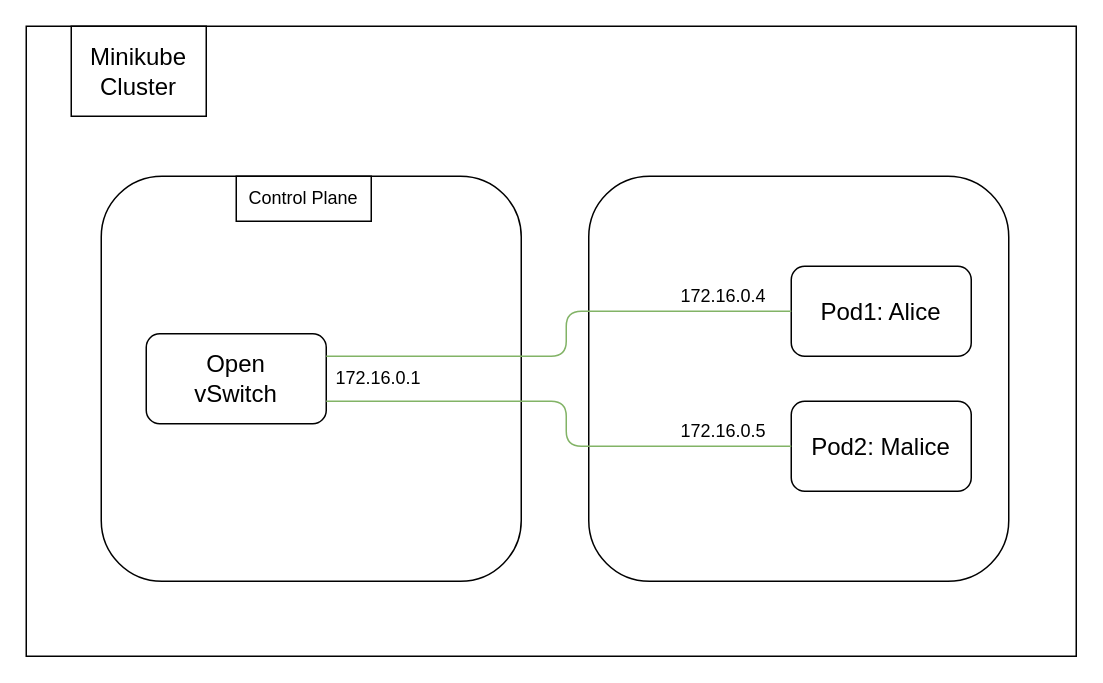
Earlier version of the draw.io diagram page "Initial State" (1 of 3) of demos/demo1/demo1.drawio (parasecurity/principals). Source tidied: cells renumbered, new cells numbered last; positions are measured from the earlier drawing's top-left corner, leaving out a move shared by most shapes. Both pictures are drawn from the tidied source at 150%, with x=0, y=0 at pixel (26, 26).
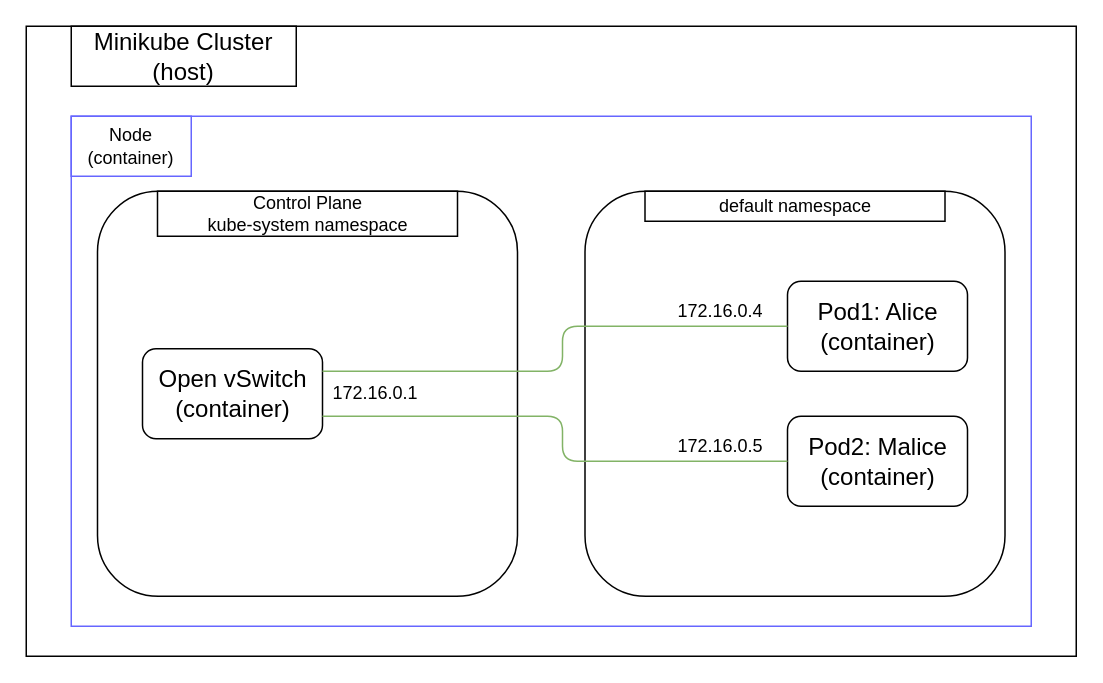
The same page after the edit.

Change to the diagram source:
```diff
@@
-    <mxCell id="3" value="&lt;font style=&quot;font-size: 16px&quot;&gt;Minikube Cluster&lt;/font&gt;" style="rounded=0;whiteSpace=wrap;html=1;" parent="1" vertex="1">
-      <mxGeometry x="30" width="90" height="60" as="geometry" />
+    <mxCell id="3" value="&lt;font style=&quot;font-size: 16px&quot;&gt;Minikube Cluster&lt;br&gt;(host)&lt;br&gt;&lt;/font&gt;" style="rounded=0;whiteSpace=wrap;html=1;" parent="1" vertex="1">
+      <mxGeometry x="30" width="150" height="40" as="geometry" />
     </mxCell>
+    <mxCell id="15" style="rounded=0;whiteSpace=wrap;html=1;strokeColor=#6666FF;" parent="1" vertex="1">
+      <mxGeometry x="30" y="60" width="640" height="340" as="geometry" />
+    </mxCell>
+    <mxCell id="16" value="Node&lt;br&gt;(container)" style="rounded=0;whiteSpace=wrap;html=1;strokeColor=#6666FF;" parent="1" vertex="1">
+      <mxGeometry x="30" y="60" width="80" height="40" as="geometry" />
+    </mxCell>
+    <mxCell id="17" style="group;" parent="1" vertex="1">
+      <mxGeometry x="47.5" y="110" width="605" height="270" as="geometry" />
+    </mxCell>
-    <mxCell id="4" style="rounded=1;whiteSpace=wrap;html=1;" parent="1" vertex="1">
-      <mxGeometry x="50" y="100" width="280" height="270" as="geometry" />
+    <mxCell id="4" style="rounded=1;whiteSpace=wrap;html=1;" parent="17" vertex="1">
+      <mxGeometry width="280" height="270" as="geometry" />
     </mxCell>
-    <mxCell id="5" value="Control Plane" style="rounded=0;whiteSpace=wrap;html=1;" parent="1" vertex="1">
-      <mxGeometry x="140" y="100" width="90" height="30" as="geometry" />
+    <mxCell id="5" value="Control Plane&lt;br&gt;kube-system namespace" style="rounded=0;whiteSpace=wrap;html=1;" parent="17" vertex="1">
+      <mxGeometry x="40" width="200" height="30" as="geometry" />
     </mxCell>
-    <mxCell id="6" value="&lt;font style=&quot;font-size: 16px&quot;&gt;Open&lt;br&gt;vSwitch&lt;br&gt;&lt;/font&gt;" style="rounded=1;whiteSpace=wrap;html=1;" parent="1" vertex="1">
-      <mxGeometry x="80" y="205" width="120" height="60" as="geometry" />
+    <mxCell id="6" value="&lt;font style=&quot;font-size: 16px&quot;&gt;Open vSwitch&lt;br&gt;(container)&lt;br&gt;&lt;/font&gt;" style="rounded=1;whiteSpace=wrap;html=1;" parent="17" vertex="1">
+      <mxGeometry x="30" y="105" width="120" height="60" as="geometry" />
     </mxCell>
-    <mxCell id="7" style="rounded=1;whiteSpace=wrap;html=1;" parent="1" vertex="1">
-      <mxGeometry x="375" y="100" width="280" height="270" as="geometry" />
+    <mxCell id="7" style="rounded=1;whiteSpace=wrap;html=1;" parent="17" vertex="1">
+      <mxGeometry x="325" width="280" height="270" as="geometry" />
     </mxCell>
-    <mxCell id="8" value="&lt;font style=&quot;font-size: 16px&quot;&gt;Pod1: Alice&lt;/font&gt;" style="rounded=1;whiteSpace=wrap;html=1;" parent="1" vertex="1">
-      <mxGeometry x="510" y="160" width="120" height="60" as="geometry" />
+    <mxCell id="8" value="&lt;font style=&quot;font-size: 16px&quot;&gt;Pod1: Alice&lt;br&gt;(container)&lt;br&gt;&lt;/font&gt;" style="rounded=1;whiteSpace=wrap;html=1;" parent="17" vertex="1">
+      <mxGeometry x="460" y="60" width="120" height="60" as="geometry" />
     </mxCell>
-    <mxCell id="9" value="&lt;font style=&quot;font-size: 16px&quot;&gt;Pod2: Malice&lt;/font&gt;" style="rounded=1;whiteSpace=wrap;html=1;" parent="1" vertex="1">
-      <mxGeometry x="510" y="250" width="120" height="60" as="geometry" />
+    <mxCell id="9" value="&lt;font style=&quot;font-size: 16px&quot;&gt;Pod2: Malice&lt;br&gt;(container)&lt;br&gt;&lt;/font&gt;" style="rounded=1;whiteSpace=wrap;html=1;" parent="17" vertex="1">
+      <mxGeometry x="460" y="150" width="120" height="60" as="geometry" />
     </mxCell>
-    <mxCell id="10" style="endArrow=none;html=1;exitX=1;exitY=0.25;exitDx=0;exitDy=0;entryX=0;entryY=0.5;entryDx=0;entryDy=0;fillColor=#d5e8d4;strokeColor=#82b366;" parent="1" edge="1" source="6" target="8">
+    <mxCell id="10" style="endArrow=none;html=1;exitX=1;exitY=0.25;exitDx=0;exitDy=0;entryX=0;entryY=0.5;entryDx=0;entryDy=0;fillColor=#d5e8d4;strokeColor=#82b366;" parent="17" edge="1" source="6" target="8">
       <mxGeometry relative="1" as="geometry">
         <Array as="points">
-          <mxPoint x="360" y="220" />
-          <mxPoint x="360" y="190" />
+          <mxPoint x="310" y="120" />
+          <mxPoint x="310" y="90" />
         </Array>
       </mxGeometry>
     </mxCell>
-    <mxCell id="11" style="endArrow=none;html=1;exitX=1;exitY=0.75;exitDx=0;exitDy=0;entryX=0;entryY=0.5;entryDx=0;entryDy=0;fillColor=#d5e8d4;strokeColor=#82b366;" parent="1" edge="1" source="6" target="9">
+    <mxCell id="11" style="endArrow=none;html=1;exitX=1;exitY=0.75;exitDx=0;exitDy=0;entryX=0;entryY=0.5;entryDx=0;entryDy=0;fillColor=#d5e8d4;strokeColor=#82b366;" parent="17" edge="1" source="6" target="9">
       <mxGeometry relative="1" as="geometry">
         <Array as="points">
-          <mxPoint x="360" y="250" />
-          <mxPoint x="360" y="280" />
+          <mxPoint x="310" y="150" />
+          <mxPoint x="310" y="180" />
         </Array>
       </mxGeometry>
     </mxCell>
-    <mxCell id="12" value="172.16.0.4" style="text;html=1;strokeColor=none;fillColor=none;align=center;verticalAlign=middle;whiteSpace=wrap;rounded=0;" parent="1" vertex="1">
-      <mxGeometry x="430" y="170" width="70" height="20" as="geometry" />
+    <mxCell id="12" value="172.16.0.4" style="text;html=1;strokeColor=none;fillColor=none;align=center;verticalAlign=middle;whiteSpace=wrap;rounded=0;" parent="17" vertex="1">
+      <mxGeometry x="380" y="70" width="70" height="20" as="geometry" />
     </mxCell>
-    <mxCell id="13" value="172.16.0.5" style="text;html=1;strokeColor=none;fillColor=none;align=center;verticalAlign=middle;whiteSpace=wrap;rounded=0;" parent="1" vertex="1">
-      <mxGeometry x="430" y="260" width="70" height="20" as="geometry" />
+    <mxCell id="13" value="172.16.0.5" style="text;html=1;strokeColor=none;fillColor=none;align=center;verticalAlign=middle;whiteSpace=wrap;rounded=0;" parent="17" vertex="1">
+      <mxGeometry x="380" y="160" width="70" height="20" as="geometry" />
     </mxCell>
-    <mxCell id="14" value="172.16.0.1" style="text;html=1;strokeColor=none;fillColor=none;align=center;verticalAlign=middle;whiteSpace=wrap;rounded=0;" parent="1" vertex="1">
-      <mxGeometry x="200" y="225" width="70" height="20" as="geometry" />
+    <mxCell id="14" value="172.16.0.1" style="text;html=1;strokeColor=none;fillColor=none;align=center;verticalAlign=middle;whiteSpace=wrap;rounded=0;" parent="17" vertex="1">
+      <mxGeometry x="150" y="125" width="70" height="20" as="geometry" />
     </mxCell>
+    <mxCell id="18" value="default namespace" style="rounded=0;whiteSpace=wrap;html=1;" parent="17" vertex="1">
+      <mxGeometry x="365" width="200" height="20" as="geometry" />
+    </mxCell>
```
